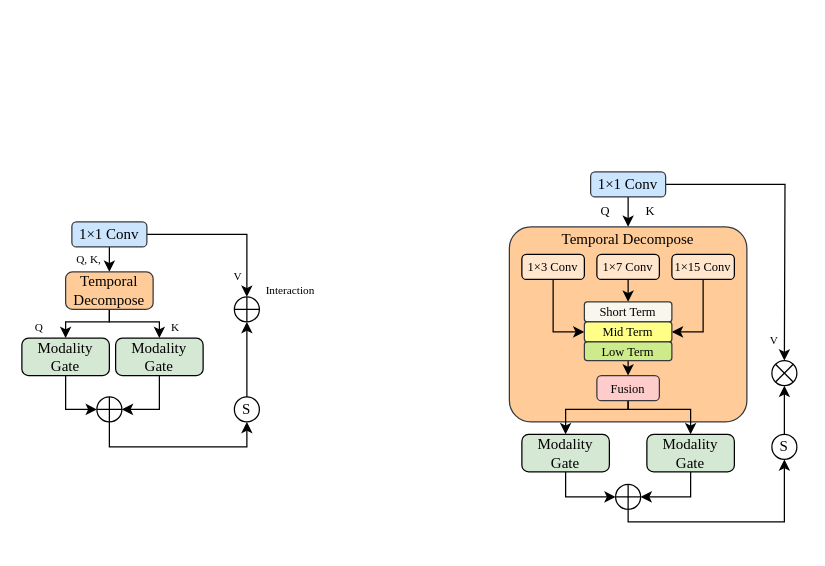
Above: page "GTMA" (5 of 6) of EEG Classify.drawio in lyj-12/DrawIO (draw.io), before the change. Source tidied: cells renumbered, new cells numbered last; positions are measured from the earlier drawing's top-left corner, leaving out a move shared by most shapes. Both pictures are drawn from the tidied source at 125%, with x=0, y=0 at pixel (21, 171).
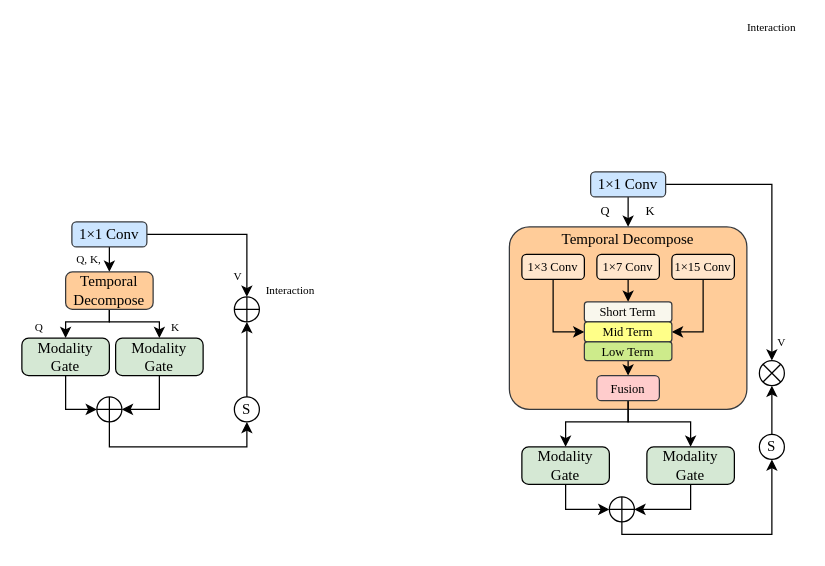
Above is the later version.

Unchanged cells that the change refers to:
```xml
<mxCell id="42" value="&lt;font style=&quot;font-size: 10px;&quot;&gt;Fusion&lt;/font&gt;" style="rounded=1;whiteSpace=wrap;html=1;arcSize=18;fontFamily=Times New Roman;fillColor=#ffcccc;strokeColor=#36393d;" parent="1" vertex="1">
  <mxGeometry x="460" y="163" width="50" height="20" as="geometry" />
</mxCell>
<mxCell id="45" value="1×1 Conv" style="rounded=1;whiteSpace=wrap;html=1;arcSize=18;fontFamily=Times New Roman;fillColor=#cce5ff;strokeColor=#36393d;" parent="1" vertex="1">
  <mxGeometry x="455" width="60" height="20" as="geometry" />
</mxCell>
<mxCell id="53" style="ellipse;whiteSpace=wrap;html=1;" parent="52" vertex="1">
  <mxGeometry width="20" height="20" as="geometry" />
</mxCell>
<mxCell id="61" style="ellipse;whiteSpace=wrap;html=1;" parent="60" vertex="1">
  <mxGeometry width="20" height="20" as="geometry" />
</mxCell>
```

What changed in the source:
```diff
@@
     <mxCell id="28" style="rounded=1;whiteSpace=wrap;html=1;arcSize=11;fontFamily=Times New Roman;fillColor=#ffcc99;strokeColor=#36393d;" parent="1" vertex="1">
-      <mxGeometry x="390" y="44" width="190" height="156" as="geometry" />
+      <mxGeometry x="390" y="44" width="190" height="146" as="geometry" />
     </mxCell>
@@
     <mxCell id="40" style="edgeStyle=orthogonalEdgeStyle;rounded=0;jettySize=auto;html=1;entryX=0.5;entryY=0;entryDx=0;entryDy=0;" parent="1" edge="1" source="42" target="49">
       <mxGeometry relative="1" as="geometry">
         <Array as="points">
-          <mxPoint x="485" y="190" />
-          <mxPoint x="435" y="190" />
+          <mxPoint x="485" y="200" />
+          <mxPoint x="435" y="200" />
         </Array>
       </mxGeometry>
     </mxCell>
     <mxCell id="41" style="edgeStyle=orthogonalEdgeStyle;rounded=0;jettySize=auto;html=1;entryX=0.5;entryY=0;entryDx=0;entryDy=0;" parent="1" edge="1" source="42" target="51">
       <mxGeometry relative="1" as="geometry">
         <Array as="points">
-          <mxPoint x="485" y="190" />
-          <mxPoint x="535" y="190" />
+          <mxPoint x="485" y="200" />
+          <mxPoint x="535" y="200" />
         </Array>
       </mxGeometry>
     </mxCell>
@@
-    <mxCell id="44" style="edgeStyle=orthogonalEdgeStyle;rounded=0;jettySize=auto;html=1;entryX=0.5;entryY=0;entryDx=0;entryDy=0;" parent="1" edge="1" source="45">
-      <mxGeometry relative="1" as="geometry">
-        <mxPoint x="610" y="151" as="targetPoint" />
-      </mxGeometry>
+    <mxCell id="44" style="edgeStyle=orthogonalEdgeStyle;rounded=0;jettySize=auto;html=1;entryX=0.5;entryY=0;entryDx=0;entryDy=0;" parent="1" edge="1" source="45" target="61">
+      <mxGeometry relative="1" as="geometry" />
     </mxCell>
@@
     <mxCell id="48" style="edgeStyle=orthogonalEdgeStyle;rounded=0;jettySize=auto;html=1;entryX=0;entryY=0.5;entryDx=0;entryDy=0;" parent="1" edge="1" source="49" target="53">
       <mxGeometry relative="1" as="geometry">
         <Array as="points">
-          <mxPoint x="435" y="260" />
+          <mxPoint x="435" y="270" />
         </Array>
       </mxGeometry>
     </mxCell>
     <mxCell id="49" value="Modality Gate" style="rounded=1;whiteSpace=wrap;html=1;arcSize=18;fontFamily=Times New Roman;fillColor=#d5e8d4;strokeColor=default;" parent="1" vertex="1">
-      <mxGeometry x="400" y="210" width="70" height="30" as="geometry" />
+      <mxGeometry x="400" y="220" width="70" height="30" as="geometry" />
     </mxCell>
     <mxCell id="50" style="edgeStyle=orthogonalEdgeStyle;rounded=0;jettySize=auto;html=1;entryX=1;entryY=0.5;entryDx=0;entryDy=0;" parent="1" edge="1" source="51" target="53">
       <mxGeometry relative="1" as="geometry">
         <Array as="points">
-          <mxPoint x="535" y="260" />
+          <mxPoint x="535" y="270" />
         </Array>
       </mxGeometry>
     </mxCell>
     <mxCell id="51" value="Modality Gate" style="rounded=1;whiteSpace=wrap;html=1;arcSize=18;fontFamily=Times New Roman;fillColor=#d5e8d4;strokeColor=default;" parent="1" vertex="1">
-      <mxGeometry x="500" y="210" width="70" height="30" as="geometry" />
+      <mxGeometry x="500" y="220" width="70" height="30" as="geometry" />
     </mxCell>
     <mxCell id="52" style="group;" parent="1" vertex="1">
-      <mxGeometry x="475" y="250" width="20" height="20" as="geometry" />
+      <mxGeometry x="470" y="260" width="20" height="20" as="geometry" />
     </mxCell>
@@
     <mxCell id="57" value="&lt;font face=&quot;Times New Roman&quot;&gt;S&lt;/font&gt;" style="ellipse;whiteSpace=wrap;html=1;" parent="1" vertex="1">
-      <mxGeometry x="600" y="210" width="20" height="20" as="geometry" />
+      <mxGeometry x="590" y="210" width="20" height="20" as="geometry" />
     </mxCell>
     <mxCell id="58" style="edgeStyle=orthogonalEdgeStyle;rounded=0;jettySize=auto;html=1;entryX=0.5;entryY=1;entryDx=0;entryDy=0;" parent="1" edge="1" source="53" target="57">
       <mxGeometry relative="1" as="geometry">
         <Array as="points">
-          <mxPoint x="485" y="280" />
-          <mxPoint x="610" y="280" />
+          <mxPoint x="480" y="290" />
+          <mxPoint x="600" y="290" />
         </Array>
       </mxGeometry>
     </mxCell>
     <mxCell id="59" value="V" style="text;html=1;align=center;verticalAlign=middle;whiteSpace=wrap;rounded=0;fontFamily=Times New Roman;fontSize=9;" parent="1" vertex="1">
-      <mxGeometry x="597" y="130" width="10" height="10" as="geometry" />
+      <mxGeometry x="603" y="132" width="10" height="10" as="geometry" />
     </mxCell>
     <mxCell id="60" style="group;" parent="1" vertex="1">
-      <mxGeometry x="600" y="151" width="20" height="21" as="geometry" />
+      <mxGeometry x="590" y="151" width="20" height="21" as="geometry" />
     </mxCell>
@@
+    <mxCell id="64" value="Interaction" style="text;html=1;align=center;verticalAlign=middle;whiteSpace=wrap;rounded=0;fontFamily=Times New Roman;fontSize=9;rotation=0;" parent="1" vertex="1">
+      <mxGeometry x="575" y="-120" width="50" height="10" as="geometry" />
+    </mxCell>
```
